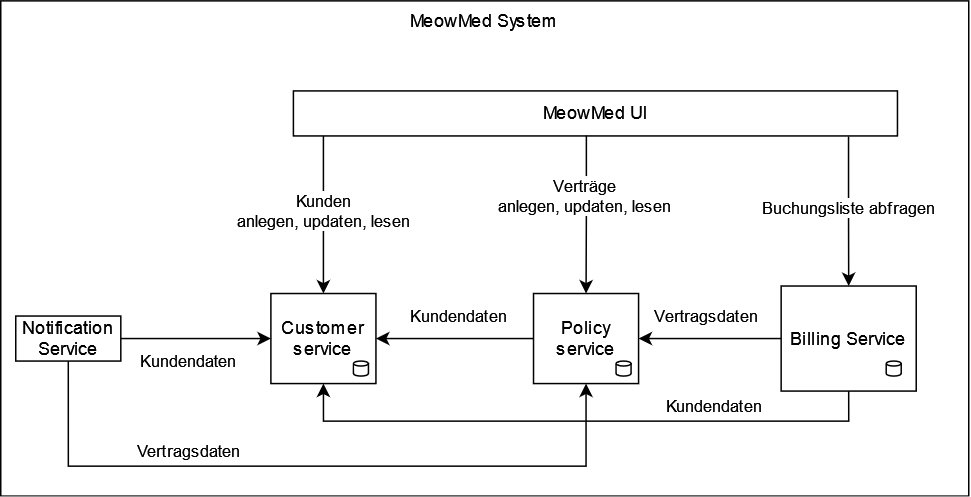
The draw.io diagram EDA/UML/BausteinSicht/Level 1/EDABausteinSichtLevel1Fachlich.drawio.png in danieland2606/Bachelorprojekt, before a commit. Source tidied: cells renumbered, new cells last; positions are measured from the earlier drawing's top-left corner, leaving out a move shared by most shapes. The source it was exported from:
```xml
<mxGraphModel>
  <root>
    <mxCell id="0" />
    <mxCell id="1" parent="0" />
    <mxCell id="2" value="MeowMed System" style="rounded=0;whiteSpace=wrap;html=1;verticalAlign=top;" parent="1" vertex="1">
      <mxGeometry width="645" height="330" as="geometry" />
    </mxCell>
    <mxCell id="3" value="MeowMed UI" style="rounded=0;whiteSpace=wrap;html=1;" parent="1" vertex="1">
      <mxGeometry x="195" y="60" width="402.5" height="30" as="geometry" />
    </mxCell>
    <mxCell id="4" value="Notification Service" style="rounded=0;whiteSpace=wrap;html=1;" parent="1" vertex="1">
      <mxGeometry x="10" y="210" width="70" height="30" as="geometry" />
    </mxCell>
    <mxCell id="5" value="Customer service" style="rounded=0;whiteSpace=wrap;html=1;" parent="1" vertex="1">
      <mxGeometry x="180" y="195" width="70" height="60" as="geometry" />
    </mxCell>
    <mxCell id="6" value="Policy service" style="rounded=0;whiteSpace=wrap;html=1;" parent="1" vertex="1">
      <mxGeometry x="355" y="195" width="70" height="60" as="geometry" />
    </mxCell>
    <mxCell id="7" value="Billing Service" style="rounded=0;whiteSpace=wrap;html=1;" parent="1" vertex="1">
      <mxGeometry x="520" y="190" width="90" height="70" as="geometry" />
    </mxCell>
    <mxCell id="8" style="shape=cylinder3;whiteSpace=wrap;html=1;boundedLbl=1;backgroundOutline=1;size=1.6543059172450398;" parent="1" vertex="1">
      <mxGeometry x="235" y="240" width="10" height="10" as="geometry" />
    </mxCell>
    <mxCell id="9" value="Kunden&lt;br&gt;anlegen, updaten, lesen" style="edgeStyle=orthogonalEdgeStyle;rounded=0;jettySize=auto;html=1;entryX=0.5;entryY=0;entryDx=0;entryDy=0;" parent="1" edge="1" target="5">
      <mxGeometry x="-0.05" relative="1" as="geometry">
        <mxPoint x="215" y="90" as="sourcePoint" />
        <Array as="points">
          <mxPoint x="215" y="90" />
        </Array>
      </mxGeometry>
    </mxCell>
    <mxCell id="10" value="Verträge&lt;br&gt;anlegen, updaten, lesen" style="edgeStyle=orthogonalEdgeStyle;rounded=0;jettySize=auto;html=1;exitX=0.485;exitY=0.989;exitDx=0;exitDy=0;entryX=0.5;entryY=0;entryDx=0;entryDy=0;exitPerimeter=0;" parent="1" edge="1" source="3" target="6">
      <mxGeometry x="-0.23" y="-1" relative="1" as="geometry" />
    </mxCell>
    <mxCell id="11" value="Buchungsliste abfragen" style="edgeStyle=orthogonalEdgeStyle;rounded=0;jettySize=auto;html=1;exitX=0.919;exitY=1.011;exitDx=0;exitDy=0;entryX=0.5;entryY=0;entryDx=0;entryDy=0;exitPerimeter=0;" parent="1" edge="1" source="3" target="7">
      <mxGeometry x="-0.01" relative="1" as="geometry">
        <mxPoint y="-1" as="offset" />
      </mxGeometry>
    </mxCell>
    <mxCell id="12" value="Kundendaten" style="edgeStyle=orthogonalEdgeStyle;rounded=0;jettySize=auto;html=1;exitX=0;exitY=0.5;exitDx=0;exitDy=0;entryX=1;entryY=0.5;entryDx=0;entryDy=0;" parent="1" edge="1" source="6" target="5">
      <mxGeometry x="-0.05" y="-15" relative="1" as="geometry" />
    </mxCell>
    <mxCell id="13" value="Kundendaten" style="edgeStyle=orthogonalEdgeStyle;rounded=0;jettySize=auto;html=1;exitX=1;exitY=0.5;exitDx=0;exitDy=0;entryX=0;entryY=0.5;entryDx=0;entryDy=0;" parent="1" edge="1" source="4" target="5">
      <mxGeometry x="-0.1" y="-15" relative="1" as="geometry" />
    </mxCell>
    <mxCell id="14" value="Vertragsdaten" style="edgeStyle=orthogonalEdgeStyle;rounded=0;jettySize=auto;html=1;exitX=0.5;exitY=1;exitDx=0;exitDy=0;entryX=0.5;entryY=1;entryDx=0;entryDy=0;" parent="1" edge="1" source="4" target="6">
      <mxGeometry x="-0.36" y="10" relative="1" as="geometry">
        <Array as="points">
          <mxPoint x="45" y="310" />
          <mxPoint x="390" y="310" />
        </Array>
      </mxGeometry>
    </mxCell>
    <mxCell id="15" style="shape=cylinder3;whiteSpace=wrap;html=1;boundedLbl=1;backgroundOutline=1;size=1.6543059172450398;" parent="1" vertex="1">
      <mxGeometry x="410" y="240" width="10" height="10" as="geometry" />
    </mxCell>
    <mxCell id="16" style="shape=cylinder3;whiteSpace=wrap;html=1;boundedLbl=1;backgroundOutline=1;size=1.6543059172450398;" parent="1" vertex="1">
      <mxGeometry x="590" y="240" width="10" height="10" as="geometry" />
    </mxCell>
    <mxCell id="17" value="Vertragsdaten" style="edgeStyle=orthogonalEdgeStyle;rounded=0;jettySize=auto;html=1;exitX=0;exitY=0.5;exitDx=0;exitDy=0;entryX=1;entryY=0.5;entryDx=0;entryDy=0;" parent="1" edge="1" source="7" target="6">
      <mxGeometry x="0.05" y="-15" relative="1" as="geometry">
        <Array as="points">
          <mxPoint x="480" y="225" />
          <mxPoint x="480" y="225" />
        </Array>
      </mxGeometry>
    </mxCell>
    <mxCell id="18" value="Kundendaten" style="edgeStyle=orthogonalEdgeStyle;rounded=0;jettySize=auto;html=1;exitX=0.5;exitY=1;exitDx=0;exitDy=0;entryX=0.5;entryY=1;entryDx=0;entryDy=0;" parent="1" edge="1" source="7" target="5">
      <mxGeometry x="-0.44" y="-10" relative="1" as="geometry">
        <Array as="points">
          <mxPoint x="565" y="280" />
          <mxPoint x="215" y="280" />
        </Array>
      </mxGeometry>
    </mxCell>
  </root>
</mxGraphModel>
```
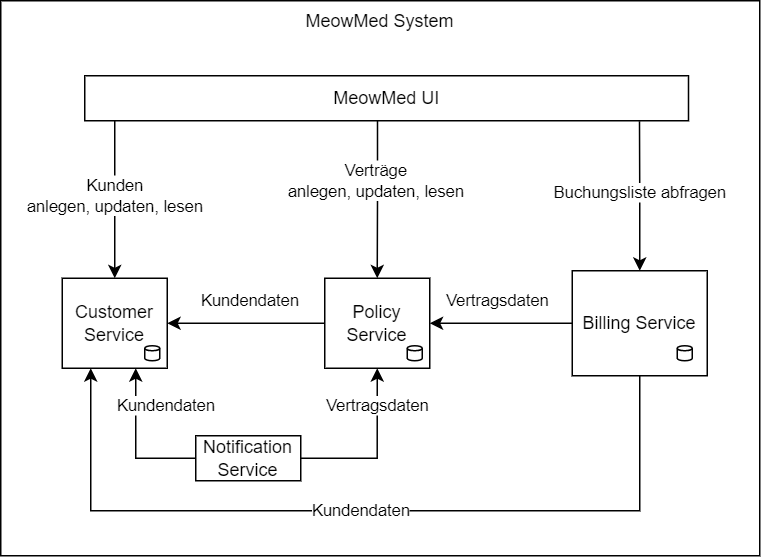
Later version of the same file.

What changed in the source:
```diff
@@ -3,18 +3,18 @@
     <mxCell id="0" />
     <mxCell id="1" parent="0" />
     <mxCell id="2" value="MeowMed System" style="rounded=0;whiteSpace=wrap;html=1;verticalAlign=top;" parent="1" vertex="1">
-      <mxGeometry width="645" height="330" as="geometry" />
+      <mxGeometry x="139" y="10" width="506" height="370" as="geometry" />
     </mxCell>
     <mxCell id="3" value="MeowMed UI" style="rounded=0;whiteSpace=wrap;html=1;" parent="1" vertex="1">
       <mxGeometry x="195" y="60" width="402.5" height="30" as="geometry" />
     </mxCell>
     <mxCell id="4" value="Notification Service" style="rounded=0;whiteSpace=wrap;html=1;" parent="1" vertex="1">
-      <mxGeometry x="10" y="210" width="70" height="30" as="geometry" />
+      <mxGeometry x="269" y="300" width="70" height="30" as="geometry" />
     </mxCell>
-    <mxCell id="5" value="Customer service" style="rounded=0;whiteSpace=wrap;html=1;" parent="1" vertex="1">
+    <mxCell id="5" value="Customer Service" style="rounded=0;whiteSpace=wrap;html=1;" parent="1" vertex="1">
       <mxGeometry x="180" y="195" width="70" height="60" as="geometry" />
     </mxCell>
-    <mxCell id="6" value="Policy service" style="rounded=0;whiteSpace=wrap;html=1;" parent="1" vertex="1">
+    <mxCell id="6" value="Policy Service" style="rounded=0;whiteSpace=wrap;html=1;" parent="1" vertex="1">
       <mxGeometry x="355" y="195" width="70" height="60" as="geometry" />
     </mxCell>
     <mxCell id="7" value="Billing Service" style="rounded=0;whiteSpace=wrap;html=1;" parent="1" vertex="1">
@@ -42,16 +42,16 @@
     <mxCell id="12" value="Kundendaten" style="edgeStyle=orthogonalEdgeStyle;rounded=0;jettySize=auto;html=1;exitX=0;exitY=0.5;exitDx=0;exitDy=0;entryX=1;entryY=0.5;entryDx=0;entryDy=0;" parent="1" edge="1" source="6" target="5">
       <mxGeometry x="-0.05" y="-15" relative="1" as="geometry" />
     </mxCell>
-    <mxCell id="13" value="Kundendaten" style="edgeStyle=orthogonalEdgeStyle;rounded=0;jettySize=auto;html=1;exitX=1;exitY=0.5;exitDx=0;exitDy=0;entryX=0;entryY=0.5;entryDx=0;entryDy=0;" parent="1" edge="1" source="4" target="5">
-      <mxGeometry x="-0.1" y="-15" relative="1" as="geometry" />
+    <mxCell id="13" value="Kundendaten" style="edgeStyle=orthogonalEdgeStyle;rounded=0;jettySize=auto;html=1;" parent="1" edge="1" target="5">
+      <mxGeometry x="0.5" y="-20" relative="1" as="geometry">
+        <mxPoint x="269" y="315" as="sourcePoint" />
+        <Array as="points">
+          <mxPoint x="229" y="315" />
+        </Array>
+      </mxGeometry>
     </mxCell>
-    <mxCell id="14" value="Vertragsdaten" style="edgeStyle=orthogonalEdgeStyle;rounded=0;jettySize=auto;html=1;exitX=0.5;exitY=1;exitDx=0;exitDy=0;entryX=0.5;entryY=1;entryDx=0;entryDy=0;" parent="1" edge="1" source="4" target="6">
-      <mxGeometry x="-0.36" y="10" relative="1" as="geometry">
-        <Array as="points">
-          <mxPoint x="45" y="310" />
-          <mxPoint x="390" y="310" />
-        </Array>
-      </mxGeometry>
+    <mxCell id="14" value="Vertragsdaten" style="edgeStyle=orthogonalEdgeStyle;rounded=0;jettySize=auto;html=1;exitX=1;exitY=0.5;exitDx=0;exitDy=0;entryX=0.5;entryY=1;entryDx=0;entryDy=0;" parent="1" edge="1" source="4" target="6">
+      <mxGeometry x="0.55" relative="1" as="geometry" />
     </mxCell>
     <mxCell id="15" style="shape=cylinder3;whiteSpace=wrap;html=1;boundedLbl=1;backgroundOutline=1;size=1.6543059172450398;" parent="1" vertex="1">
       <mxGeometry x="410" y="240" width="10" height="10" as="geometry" />
@@ -67,11 +67,12 @@
         </Array>
       </mxGeometry>
     </mxCell>
-    <mxCell id="18" value="Kundendaten" style="edgeStyle=orthogonalEdgeStyle;rounded=0;jettySize=auto;html=1;exitX=0.5;exitY=1;exitDx=0;exitDy=0;entryX=0.5;entryY=1;entryDx=0;entryDy=0;" parent="1" edge="1" source="7" target="5">
-      <mxGeometry x="-0.44" y="-10" relative="1" as="geometry">
+    <mxCell id="18" value="Kundendaten" style="edgeStyle=orthogonalEdgeStyle;rounded=0;jettySize=auto;html=1;exitX=0.5;exitY=1;exitDx=0;exitDy=0;" parent="1" edge="1" source="7">
+      <mxGeometry relative="1" as="geometry">
+        <mxPoint x="199" y="255" as="targetPoint" />
         <Array as="points">
-          <mxPoint x="565" y="280" />
-          <mxPoint x="215" y="280" />
+          <mxPoint x="565" y="350" />
+          <mxPoint x="199" y="350" />
         </Array>
       </mxGeometry>
     </mxCell>
```
